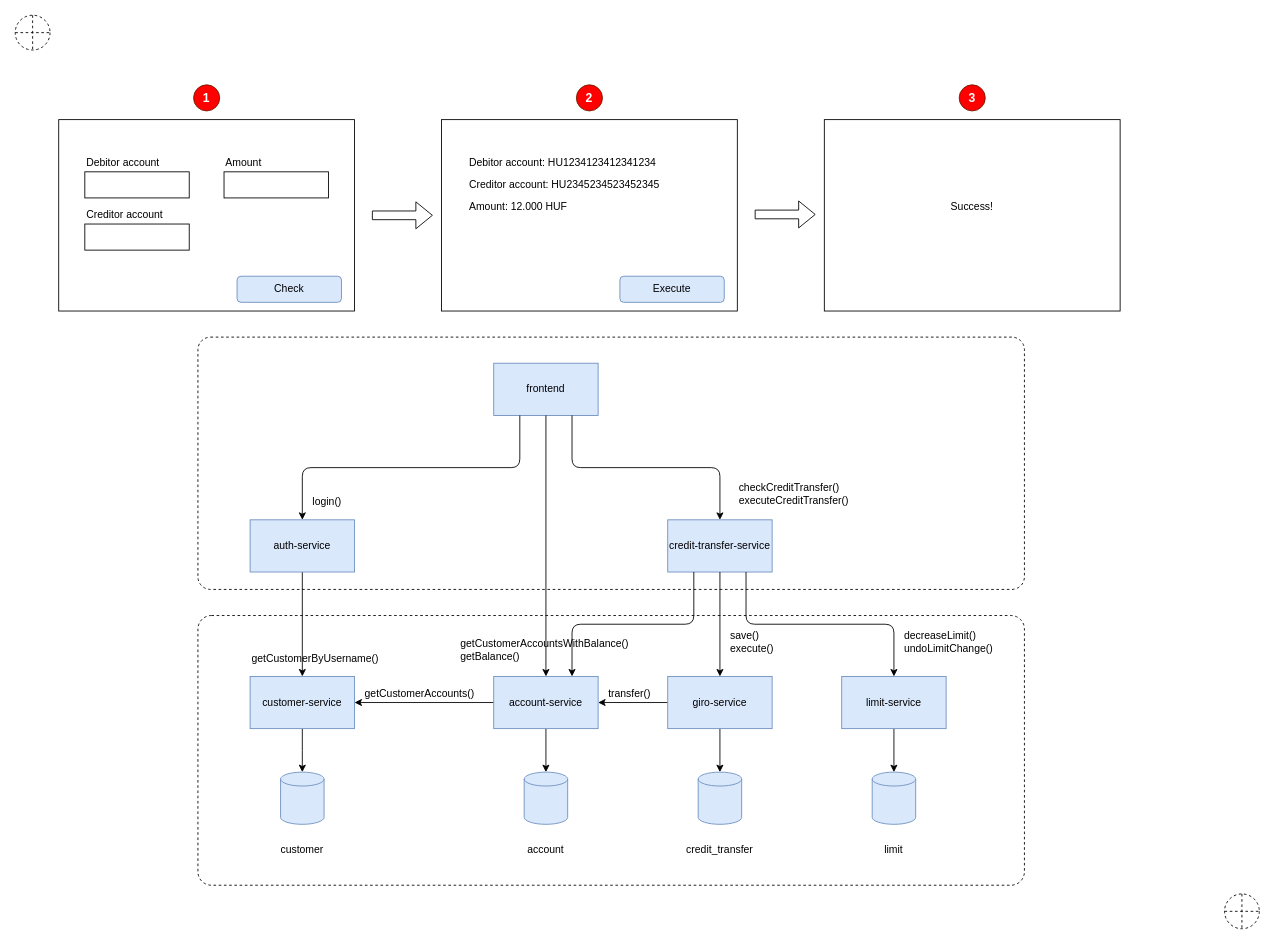
Before: docs/microorchestrator.drawio in nagypet/microorchestrator, a draw.io diagram. Source tidied: cells renumbered, new cells numbered last; positions are measured from the earlier drawing's top-left corner, leaving out a move shared by most shapes. Both pictures are drawn from the tidied source at 87%, with x=0, y=0 at pixel (15, 15).
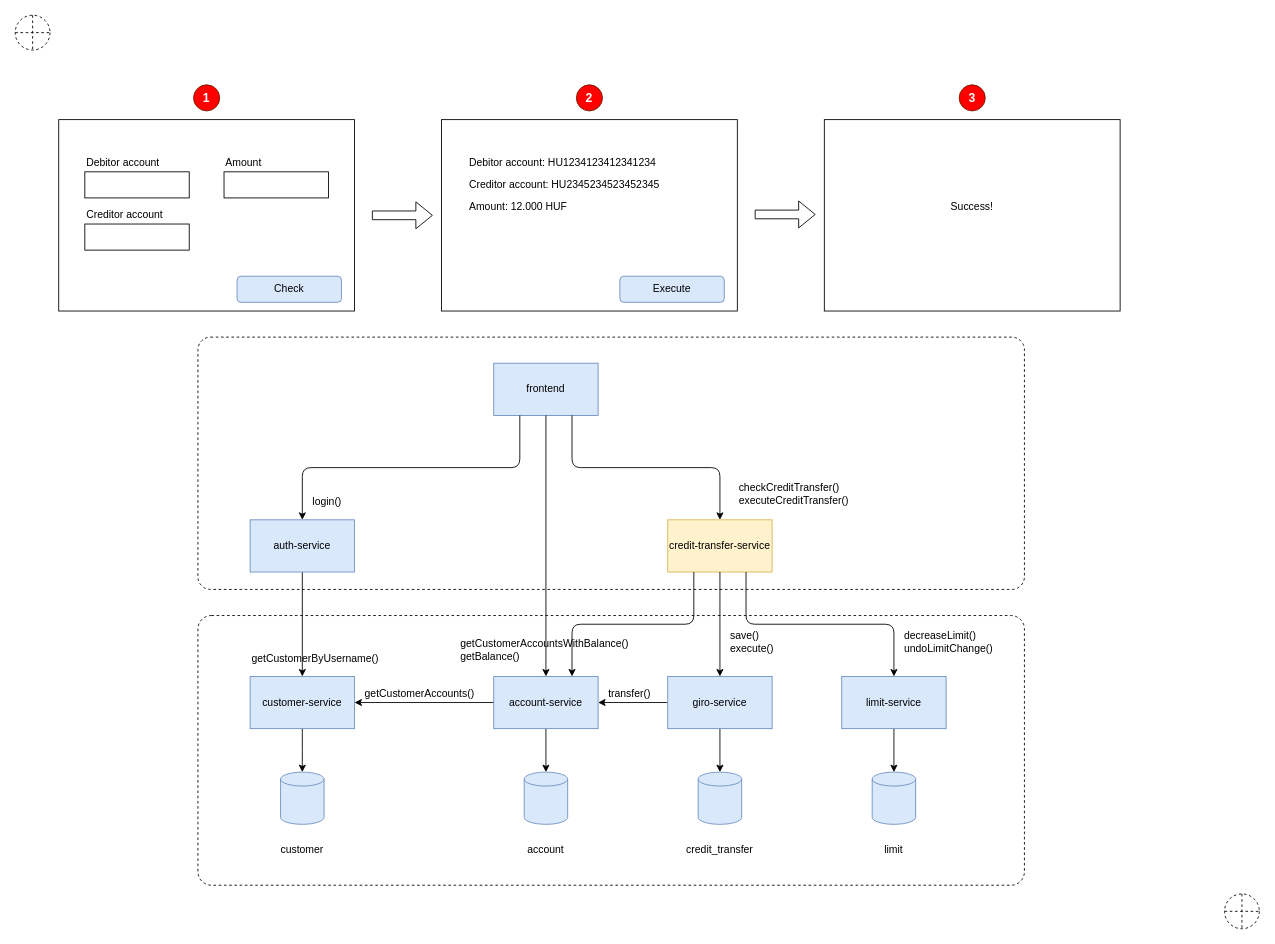
Above is the later version.

What changed in the source:
```diff
@@
-    <mxCell id="14" value="credit-transfer-service" style="rounded=0;whiteSpace=wrap;html=1;fillColor=#dae8fc;strokeColor=#6c8ebf;" parent="1" vertex="1">
+    <mxCell id="14" value="credit-transfer-service" style="rounded=0;whiteSpace=wrap;html=1;fillColor=#fff2cc;strokeColor=#d6b656;" parent="1" vertex="1">
       <mxGeometry x="750" y="580" width="120" height="60" as="geometry" />
     </mxCell>
```
